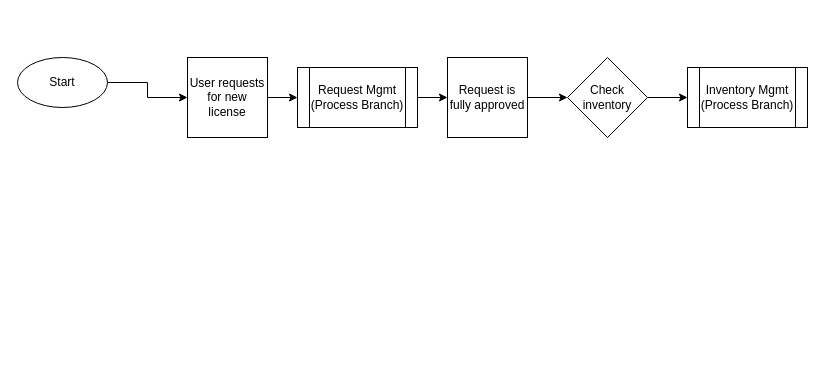
Before: MDM.drawio in kunal-s/hello-world, a draw.io diagram. Source tidied: cells renumbered, new cells numbered last; positions are measured from the earlier drawing's top-left corner, leaving out a move shared by most shapes. Both pictures are drawn from the tidied source at 100%, with x=0, y=0 at pixel (17, 57).
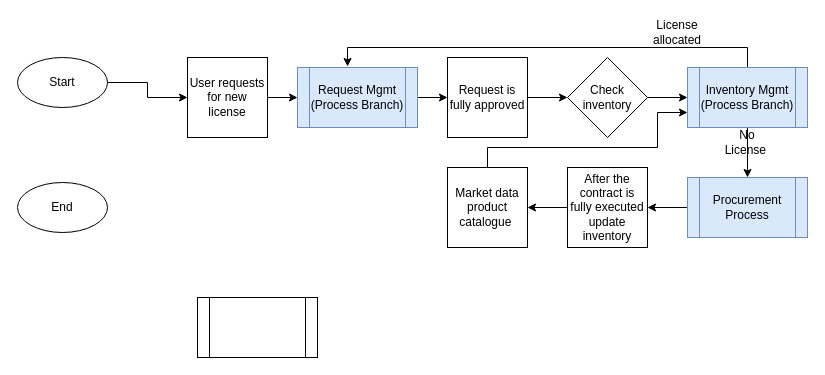
Above is the later version.

Diff of the diagram source:
```diff
@@
-    <mxCell id="7" value="Request Mgmt&lt;br&gt;(Process Branch)" style="shape=process;whiteSpace=wrap;html=1;backgroundOutline=1;" parent="1" vertex="1">
+    <mxCell id="7" value="Request Mgmt&lt;br&gt;(Process Branch)" style="shape=process;whiteSpace=wrap;html=1;backgroundOutline=1;fillColor=#dae8fc;strokeColor=#6c8ebf;" parent="1" vertex="1">
       <mxGeometry x="280" y="10" width="120" height="60" as="geometry" />
     </mxCell>
@@
+    <mxCell id="13" style="edgeStyle=orthogonalEdgeStyle;rounded=0;jettySize=auto;html=1;" parent="1" edge="1" source="12" target="16">
+      <mxGeometry relative="1" as="geometry" />
+    </mxCell>
+    <mxCell id="14" style="edgeStyle=orthogonalEdgeStyle;rounded=0;jettySize=auto;html=1;entryX=0.417;entryY=-0.017;entryDx=0;entryDy=0;entryPerimeter=0;exitX=0.5;exitY=0;exitDx=0;exitDy=0;" parent="1" edge="1" source="12" target="7">
+      <mxGeometry relative="1" as="geometry" />
+    </mxCell>
-    <mxCell id="12" value="Inventory Mgmt&lt;br&gt;(Process Branch)" style="shape=process;whiteSpace=wrap;html=1;backgroundOutline=1;" parent="1" vertex="1">
+    <mxCell id="12" value="Inventory Mgmt&lt;br&gt;(Process Branch)" style="shape=process;whiteSpace=wrap;html=1;backgroundOutline=1;fillColor=#dae8fc;strokeColor=#6c8ebf;" parent="1" vertex="1">
       <mxGeometry x="670" y="10" width="120" height="60" as="geometry" />
     </mxCell>
+    <mxCell id="15" style="edgeStyle=orthogonalEdgeStyle;rounded=0;jettySize=auto;html=1;" parent="1" edge="1" source="16" target="21">
+      <mxGeometry relative="1" as="geometry" />
+    </mxCell>
+    <mxCell id="16" value="Procurement Process" style="shape=process;whiteSpace=wrap;html=1;backgroundOutline=1;fillColor=#dae8fc;strokeColor=#6c8ebf;" parent="1" vertex="1">
+      <mxGeometry x="670" y="120" width="120" height="60" as="geometry" />
+    </mxCell>
+    <mxCell id="17" value="No License&amp;nbsp;" style="text;html=1;strokeColor=none;fillColor=none;align=center;verticalAlign=middle;whiteSpace=wrap;rounded=0;" parent="1" vertex="1">
+      <mxGeometry x="700" y="70" width="60" height="30" as="geometry" />
+    </mxCell>
+    <mxCell id="18" value="License allocated" style="text;html=1;strokeColor=none;fillColor=none;align=center;verticalAlign=middle;whiteSpace=wrap;rounded=0;" parent="1" vertex="1">
+      <mxGeometry x="630" y="-40" width="60" height="30" as="geometry" />
+    </mxCell>
+    <mxCell id="19" style="edgeStyle=orthogonalEdgeStyle;rounded=0;jettySize=auto;html=1;entryX=0;entryY=0.75;entryDx=0;entryDy=0;exitX=0.5;exitY=0;exitDx=0;exitDy=0;" parent="1" edge="1" source="23" target="12">
+      <mxGeometry relative="1" as="geometry">
+        <Array as="points">
+          <mxPoint x="470" y="90" />
+          <mxPoint x="640" y="90" />
+          <mxPoint x="640" y="55" />
+        </Array>
+      </mxGeometry>
+    </mxCell>
+    <mxCell id="20" style="edgeStyle=orthogonalEdgeStyle;rounded=0;jettySize=auto;html=1;" parent="1" edge="1" source="21" target="23">
+      <mxGeometry relative="1" as="geometry" />
+    </mxCell>
+    <mxCell id="21" value="After the contract is fully executed update inventory" style="whiteSpace=wrap;html=1;" parent="1" vertex="1">
+      <mxGeometry x="550" y="110" width="80" height="80" as="geometry" />
+    </mxCell>
+    <mxCell id="22" style="shape=process;whiteSpace=wrap;html=1;backgroundOutline=1;" parent="1" vertex="1">
+      <mxGeometry x="180" y="240" width="120" height="60" as="geometry" />
+    </mxCell>
+    <mxCell id="23" value="Market data product catalogue&amp;nbsp;" style="whiteSpace=wrap;html=1;" parent="1" vertex="1">
+      <mxGeometry x="430" y="110" width="80" height="80" as="geometry" />
+    </mxCell>
+    <mxCell id="24" value="End" style="ellipse;whiteSpace=wrap;html=1;" parent="1" vertex="1">
+      <mxGeometry y="125" width="90" height="50" as="geometry" />
+    </mxCell>
```
